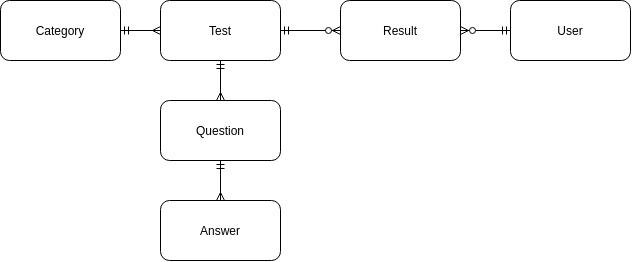
Vostrikov2014/test_guru keeps this draw.io diagram as test_guru.png. Above is the earlier version. Source tidied: cells renumbered, new cells last; positions are measured from the earlier drawing's top-left corner, leaving out a move shared by most shapes.
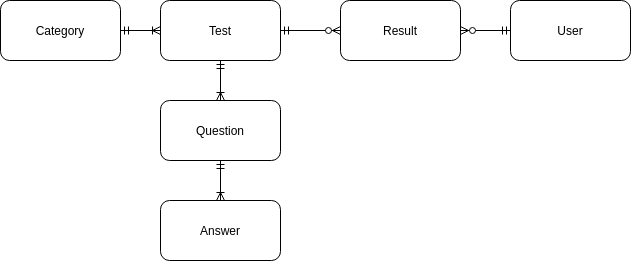
After the change.

Change to the diagram source:
```diff
@@ -5,7 +5,7 @@
     <mxCell id="2" value="Category" style="rounded=1;whiteSpace=wrap;html=1;strokeColor=#000000;" parent="1" vertex="1">
       <mxGeometry width="120" height="60" as="geometry" />
     </mxCell>
-    <mxCell id="3" style="edgeStyle=orthogonalEdgeStyle;rounded=0;jettySize=auto;html=1;entryX=1;entryY=0.5;entryDx=0;entryDy=0;startArrow=ERmany;startFill=0;endArrow=ERmandOne;endFill=0;" parent="1" edge="1" source="4" target="2">
+    <mxCell id="3" style="edgeStyle=orthogonalEdgeStyle;rounded=0;jettySize=auto;html=1;entryX=1;entryY=0.5;entryDx=0;entryDy=0;startArrow=ERoneToMany;startFill=0;endArrow=ERmandOne;endFill=0;" parent="1" edge="1" source="4" target="2">
       <mxGeometry relative="1" as="geometry" />
     </mxCell>
     <mxCell id="4" value="Test" style="rounded=1;whiteSpace=wrap;html=1;strokeColor=#000000;" parent="1" vertex="1">
@@ -23,13 +23,13 @@
     <mxCell id="8" value="Result" style="rounded=1;whiteSpace=wrap;html=1;strokeColor=#000000;" parent="1" vertex="1">
       <mxGeometry x="340" width="120" height="60" as="geometry" />
     </mxCell>
-    <mxCell id="9" style="edgeStyle=orthogonalEdgeStyle;rounded=0;jettySize=auto;html=1;entryX=0.5;entryY=1;entryDx=0;entryDy=0;startArrow=ERmany;startFill=0;endArrow=ERmandOne;endFill=0;" parent="1" edge="1" source="10" target="12">
+    <mxCell id="9" style="edgeStyle=orthogonalEdgeStyle;rounded=0;jettySize=auto;html=1;entryX=0.5;entryY=1;entryDx=0;entryDy=0;startArrow=ERoneToMany;startFill=0;endArrow=ERmandOne;endFill=0;" parent="1" edge="1" source="10" target="12">
       <mxGeometry relative="1" as="geometry" />
     </mxCell>
     <mxCell id="10" value="Answer" style="rounded=1;whiteSpace=wrap;html=1;strokeColor=#000000;" parent="1" vertex="1">
       <mxGeometry x="160" y="200" width="120" height="60" as="geometry" />
     </mxCell>
-    <mxCell id="11" style="edgeStyle=orthogonalEdgeStyle;rounded=0;jettySize=auto;html=1;entryX=0.5;entryY=1;entryDx=0;entryDy=0;startArrow=ERmany;startFill=0;endArrow=ERmandOne;endFill=0;" parent="1" edge="1" source="12" target="4">
+    <mxCell id="11" style="edgeStyle=orthogonalEdgeStyle;rounded=0;jettySize=auto;html=1;entryX=0.5;entryY=1;entryDx=0;entryDy=0;startArrow=ERoneToMany;startFill=0;endArrow=ERmandOne;endFill=0;" parent="1" edge="1" source="12" target="4">
       <mxGeometry relative="1" as="geometry" />
     </mxCell>
     <mxCell id="12" value="Question" style="rounded=1;whiteSpace=wrap;html=1;strokeColor=#000000;" parent="1" vertex="1">
```
